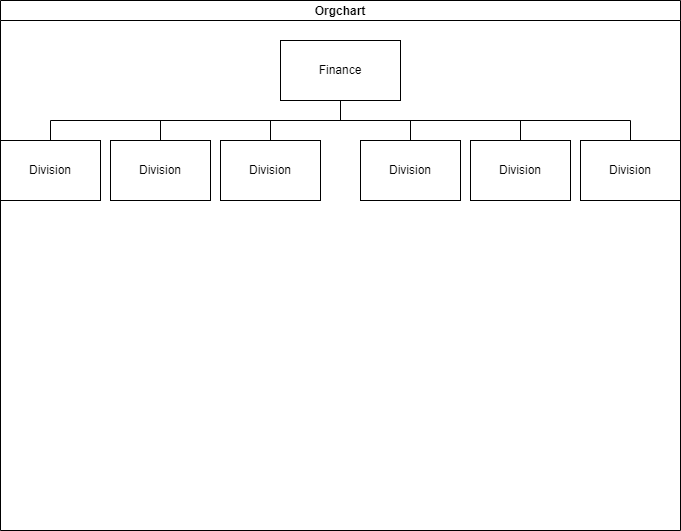
Dikshith-Manjunath/Mini-Project-SEM-IV keeps this draw.io diagram as .drawio.png. Above is the earlier version. Source tidied: cells renumbered, new cells last; positions are measured from the earlier drawing's top-left corner, leaving out a move shared by most shapes.
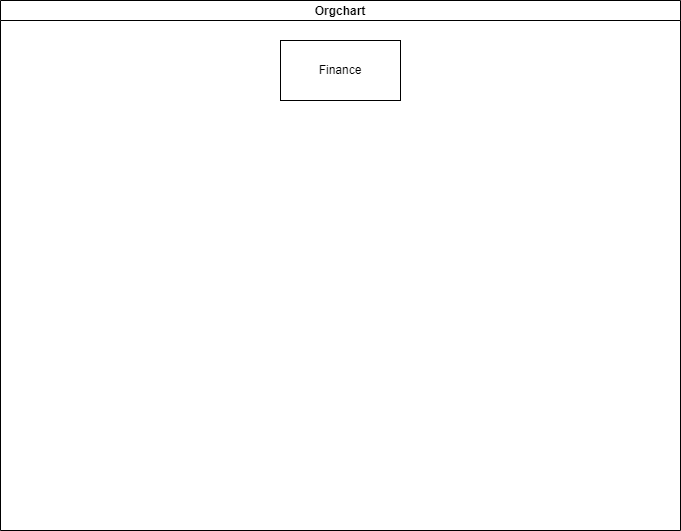
Above is the later version.

The edit, as a diff of the source:
```diff
@@ -5,44 +5,8 @@
     <mxCell id="2" value="Orgchart" style="swimlane;startSize=20;horizontal=1;containerType=tree;newEdgeStyle={&quot;edgeStyle&quot;:&quot;elbowEdgeStyle&quot;,&quot;startArrow&quot;:&quot;none&quot;,&quot;endArrow&quot;:&quot;none&quot;};" parent="1" vertex="1">
       <mxGeometry width="680" height="530" as="geometry" />
     </mxCell>
-    <mxCell id="3" style="edgeStyle=elbowEdgeStyle;elbow=vertical;sourcePerimeterSpacing=0;targetPerimeterSpacing=0;startArrow=none;endArrow=none;rounded=0;curved=0;" parent="2" edge="1" source="5" target="6">
-      <mxGeometry relative="1" as="geometry" />
-    </mxCell>
-    <mxCell id="4" style="edgeStyle=elbowEdgeStyle;elbow=vertical;sourcePerimeterSpacing=0;targetPerimeterSpacing=0;startArrow=none;endArrow=none;rounded=0;curved=0;" parent="2" edge="1" source="5" target="7">
-      <mxGeometry relative="1" as="geometry" />
-    </mxCell>
     <mxCell id="5" value="Finance" style="whiteSpace=wrap;html=1;align=center;newEdgeStyle={&quot;edgeStyle&quot;:&quot;elbowEdgeStyle&quot;,&quot;startArrow&quot;:&quot;none&quot;,&quot;endArrow&quot;:&quot;none&quot;};" parent="2" vertex="1">
       <mxGeometry x="280" y="40" width="120" height="60" as="geometry" />
     </mxCell>
-    <mxCell id="6" value="Division" style="whiteSpace=wrap;html=1;align=center;verticalAlign=middle;newEdgeStyle={&quot;edgeStyle&quot;:&quot;elbowEdgeStyle&quot;,&quot;startArrow&quot;:&quot;none&quot;,&quot;endArrow&quot;:&quot;none&quot;};" parent="2" vertex="1">
-      <mxGeometry x="220" y="140" width="100" height="60" as="geometry" />
-    </mxCell>
-    <mxCell id="7" value="Division" style="whiteSpace=wrap;html=1;align=center;verticalAlign=middle;newEdgeStyle={&quot;edgeStyle&quot;:&quot;elbowEdgeStyle&quot;,&quot;startArrow&quot;:&quot;none&quot;,&quot;endArrow&quot;:&quot;none&quot;};" parent="2" vertex="1">
-      <mxGeometry x="360" y="140" width="100" height="60" as="geometry" />
-    </mxCell>
-    <mxCell id="8" style="edgeStyle=elbowEdgeStyle;elbow=vertical;sourcePerimeterSpacing=0;targetPerimeterSpacing=0;startArrow=none;endArrow=none;rounded=0;curved=0;" parent="2" edge="1" source="5" target="9">
-      <mxGeometry relative="1" as="geometry" />
-    </mxCell>
-    <mxCell id="9" value="Division" style="whiteSpace=wrap;html=1;align=center;verticalAlign=middle;newEdgeStyle={&quot;edgeStyle&quot;:&quot;elbowEdgeStyle&quot;,&quot;startArrow&quot;:&quot;none&quot;,&quot;endArrow&quot;:&quot;none&quot;};" parent="2" vertex="1">
-      <mxGeometry x="470" y="140" width="100" height="60" as="geometry" />
-    </mxCell>
-    <mxCell id="10" style="edgeStyle=elbowEdgeStyle;elbow=vertical;sourcePerimeterSpacing=0;targetPerimeterSpacing=0;startArrow=none;endArrow=none;rounded=0;curved=0;" parent="2" edge="1" source="5" target="11">
-      <mxGeometry relative="1" as="geometry" />
-    </mxCell>
-    <mxCell id="11" value="Division" style="whiteSpace=wrap;html=1;align=center;verticalAlign=middle;newEdgeStyle={&quot;edgeStyle&quot;:&quot;elbowEdgeStyle&quot;,&quot;startArrow&quot;:&quot;none&quot;,&quot;endArrow&quot;:&quot;none&quot;};" parent="2" vertex="1">
-      <mxGeometry x="580" y="140" width="100" height="60" as="geometry" />
-    </mxCell>
-    <mxCell id="12" style="edgeStyle=elbowEdgeStyle;elbow=vertical;sourcePerimeterSpacing=0;targetPerimeterSpacing=0;startArrow=none;endArrow=none;rounded=0;curved=0;" parent="2" edge="1" source="5" target="13">
-      <mxGeometry relative="1" as="geometry" />
-    </mxCell>
-    <mxCell id="13" value="Division" style="whiteSpace=wrap;html=1;align=center;verticalAlign=middle;newEdgeStyle={&quot;edgeStyle&quot;:&quot;elbowEdgeStyle&quot;,&quot;startArrow&quot;:&quot;none&quot;,&quot;endArrow&quot;:&quot;none&quot;};" parent="2" vertex="1">
-      <mxGeometry x="110" y="140" width="100" height="60" as="geometry" />
-    </mxCell>
-    <mxCell id="14" style="edgeStyle=elbowEdgeStyle;elbow=vertical;sourcePerimeterSpacing=0;targetPerimeterSpacing=0;startArrow=none;endArrow=none;rounded=0;curved=0;" parent="2" edge="1" source="5" target="15">
-      <mxGeometry relative="1" as="geometry" />
-    </mxCell>
-    <mxCell id="15" value="Division" style="whiteSpace=wrap;html=1;align=center;verticalAlign=middle;newEdgeStyle={&quot;edgeStyle&quot;:&quot;elbowEdgeStyle&quot;,&quot;startArrow&quot;:&quot;none&quot;,&quot;endArrow&quot;:&quot;none&quot;};" parent="2" vertex="1">
-      <mxGeometry y="140" width="100" height="60" as="geometry" />
-    </mxCell>
   </root>
 </mxGraphModel>
```
